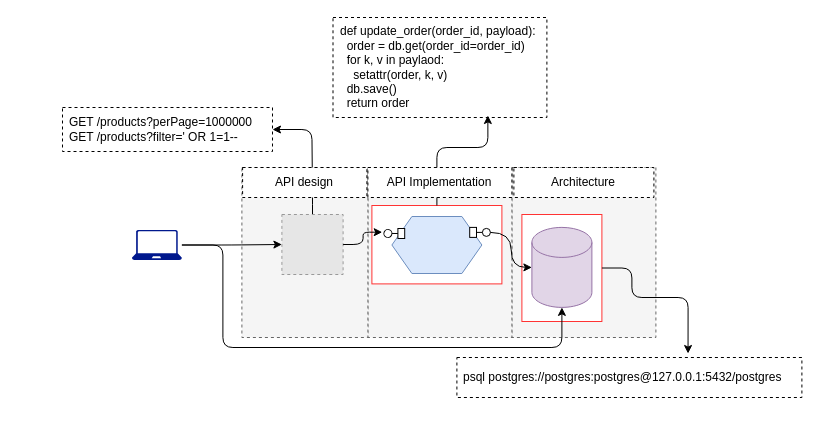
The draw.io diagram page "1.3" (3 of 7) of ch01.drawio in abunuwas/api-sec-book-imgs, before the edit. Source tidied: cells renumbered, new cells numbered last; positions are measured from the earlier drawing's top-left corner, leaving out a move shared by most shapes. Both pictures are drawn from the tidied source at 100%, with x=0, y=0 at pixel (62, 17). Pictures stored in the file or linked from it are replaced by grey dashed boxes.
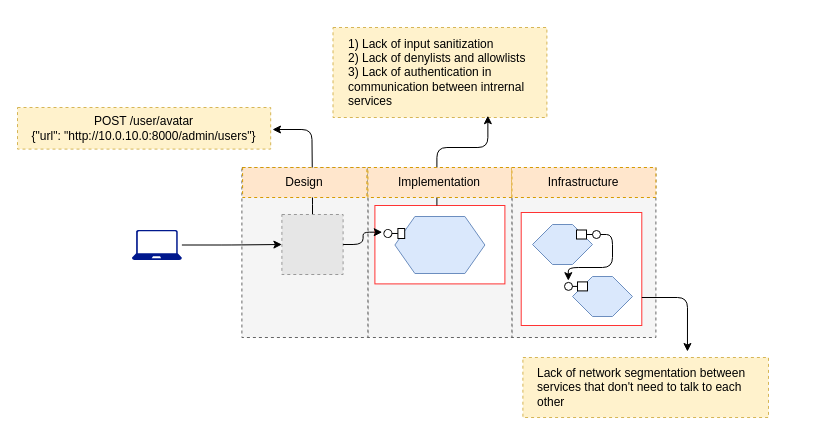
Above is the later version.

The change refers to these unchanged cells:
```xml
<mxCell id="8" style="fillColor=#E6E6E6;strokeColor=#999999;dashed=1;verticalLabelPosition=bottom;verticalAlign=top;" parent="1" vertex="1">
  <mxGeometry x="219.4" y="197" width="61.2" height="60" as="geometry" />
</mxCell>
<mxCell id="12" style="sketch=0;shadow=0;dashed=0;html=1;strokeColor=none;labelPosition=center;verticalLabelPosition=bottom;verticalAlign=top;align=center;fillColor=#00188D;shape=mxgraph.azure.laptop;" parent="1" vertex="1">
  <mxGeometry x="69.4" y="212.5" width="50" height="30" as="geometry" />
</mxCell>
```

What changed in the source:
```diff
@@
     <mxCell id="5" style="rounded=0;whiteSpace=wrap;html=1;fillColor=default;strokeColor=#FF3333;" parent="1" vertex="1">
-      <mxGeometry x="309.4" y="188" width="130" height="78.4" as="geometry" />
+      <mxGeometry x="312.4" y="188" width="130" height="78.4" as="geometry" />
     </mxCell>
     <mxCell id="6" style="rounded=0;whiteSpace=wrap;html=1;fillColor=default;strokeColor=#FF3333;" parent="1" vertex="1">
-      <mxGeometry x="459.4" y="197" width="80" height="107" as="geometry" />
+      <mxGeometry x="458.7" y="195" width="120.6" height="113" as="geometry" />
     </mxCell>
-    <mxCell id="7" style="edgeStyle=orthogonalEdgeStyle;rounded=1;jettySize=auto;html=1;entryX=1;entryY=0.5;entryDx=0;entryDy=0;" parent="1" edge="1" source="8" target="22">
+    <mxCell id="7" style="edgeStyle=orthogonalEdgeStyle;rounded=1;jettySize=auto;html=1;entryX=1;entryY=0.5;entryDx=0;entryDy=0;" parent="1" edge="1" source="8">
       <mxGeometry relative="1" as="geometry">
+        <mxPoint x="210" y="112" as="targetPoint" />
         <Array as="points">
           <mxPoint x="250.4" y="177" />
           <mxPoint x="249.4" y="112" />
         </Array>
       </mxGeometry>
     </mxCell>
@@
-    <mxCell id="9" style="shape=cylinder3;whiteSpace=wrap;html=1;boundedLbl=1;backgroundOutline=1;size=15;fillColor=#e1d5e7;strokeColor=#9673a6;" parent="1" vertex="1">
-      <mxGeometry x="469.4" y="209.9" width="60" height="80" as="geometry" />
-    </mxCell>
     <mxCell id="10" style="shape=hexagon;perimeter=hexagonPerimeter2;whiteSpace=wrap;html=1;fixedSize=1;fillColor=#dae8fc;strokeColor=#6c8ebf;" parent="1" vertex="1">
-      <mxGeometry x="329.4" y="199" width="90" height="57" as="geometry" />
+      <mxGeometry x="332.4" y="199" width="90" height="57" as="geometry" />
     </mxCell>
@@
-    <mxCell id="13" style="html=1;rounded=0;" parent="1" vertex="1">
-      <mxGeometry x="407.2" y="209.9" width="6.8" height="10" as="geometry" />
-    </mxCell>
-    <mxCell id="14" style="endArrow=none;html=1;rounded=0;align=center;verticalAlign=top;endFill=0;labelBackgroundColor=none;endSize=2;" parent="1" edge="1" source="13" target="15">
-      <mxGeometry relative="1" as="geometry" />
-    </mxCell>
-    <mxCell id="15" style="ellipse;html=1;fontSize=11;align=center;fillColor=none;points=[];verticalAlign=bottom;labelPosition=center;verticalLabelPosition=top;flipH=1;" parent="1" vertex="1">
-      <mxGeometry x="419.9" y="210.9" width="8" height="8" as="geometry" />
-    </mxCell>
-    <mxCell id="16" style="edgeStyle=orthogonalEdgeStyle;jettySize=auto;html=1;entryX=0;entryY=0.5;entryDx=0;entryDy=0;entryPerimeter=0;curved=1;" parent="1" edge="1" source="15" target="9">
-      <mxGeometry relative="1" as="geometry" />
-    </mxCell>
@@
-    <mxCell id="21" style="edgeStyle=orthogonalEdgeStyle;rounded=1;jettySize=auto;html=1;entryX=0.5;entryY=1;entryDx=0;entryDy=0;entryPerimeter=0;" parent="1" edge="1" source="12" target="9">
-      <mxGeometry relative="1" as="geometry">
-        <Array as="points">
-          <mxPoint x="160.4" y="228" />
-          <mxPoint x="160.4" y="330" />
-          <mxPoint x="499.4" y="330" />
-        </Array>
-      </mxGeometry>
-    </mxCell>
-    <mxCell id="22" value="&lt;div&gt;GET /products?perPage=1000000&lt;/div&gt;&lt;div&gt;GET /products?filter=' OR 1=1--&lt;/div&gt;" style="text;html=1;align=left;verticalAlign=middle;whiteSpace=wrap;rounded=0;fillColor=default;strokeColor=default;dashed=1;spacingLeft=5;" parent="1" vertex="1">
-      <mxGeometry y="90" width="210" height="44" as="geometry" />
-    </mxCell>
-    <mxCell id="23" value="&lt;div&gt;def update_order(order_id, payload):&lt;/div&gt;&lt;div&gt;&amp;nbsp; order = db.get(order_id=order_id)&lt;/div&gt;&lt;div&gt;&amp;nbsp; for k, v in paylaod:&lt;/div&gt;&lt;div&gt;&amp;nbsp; &amp;nbsp; setattr(order, k, v)&lt;/div&gt;&lt;div&gt;&amp;nbsp; db.save()&lt;/div&gt;&lt;div&gt;&amp;nbsp; return order&lt;/div&gt;" style="text;html=1;align=left;verticalAlign=middle;whiteSpace=wrap;rounded=0;fillColor=default;strokeColor=default;dashed=1;spacingLeft=5;" parent="1" vertex="1">
-      <mxGeometry x="270.5" width="213.9" height="100" as="geometry" />
+    <mxCell id="23" value="1) Lack of input sanitization&lt;div&gt;2) Lack of denylists and allowlists&lt;/div&gt;&lt;div&gt;3) Lack of authentication in communication between intrernal services&lt;/div&gt;" style="text;html=1;align=left;verticalAlign=middle;whiteSpace=wrap;rounded=0;fillColor=#fff2cc;strokeColor=#d6b656;dashed=1;spacingLeft=5;spacing=10;" parent="1" vertex="1">
+      <mxGeometry x="270.5" y="10" width="213.9" height="90" as="geometry" />
     </mxCell>
-    <mxCell id="24" value="&lt;div&gt;psql postgres://postgres:postgres@127.0.0.1:5432/postgres&lt;/div&gt;" style="text;html=1;align=left;verticalAlign=middle;whiteSpace=wrap;rounded=0;fillColor=default;strokeColor=default;dashed=1;spacingLeft=5;" parent="1" vertex="1">
-      <mxGeometry x="394.4" y="340" width="345" height="40" as="geometry" />
+    <mxCell id="24" value="Lack of network segmentation between services that don't need to talk to each other" style="text;html=1;align=left;verticalAlign=middle;whiteSpace=wrap;rounded=0;fillColor=#fff2cc;strokeColor=#d6b656;dashed=1;spacingLeft=5;spacing=10;" parent="1" vertex="1">
+      <mxGeometry x="460.4" y="340" width="245.6" height="60" as="geometry" />
     </mxCell>
@@
-    <mxCell id="27" value="API design" style="text;html=1;align=center;verticalAlign=middle;whiteSpace=wrap;rounded=0;fillColor=default;strokeColor=default;dashed=1;" parent="1" vertex="1">
+    <mxCell id="27" value="Design" style="text;html=1;align=center;verticalAlign=middle;whiteSpace=wrap;rounded=0;fillColor=#ffe6cc;strokeColor=#d79b00;dashed=1;" parent="1" vertex="1">
       <mxGeometry x="180.1" y="150" width="124.3" height="30" as="geometry" />
     </mxCell>
-    <mxCell id="28" value="API Implementation" style="text;html=1;align=center;verticalAlign=middle;whiteSpace=wrap;rounded=0;fillColor=default;strokeColor=default;dashed=1;" parent="1" vertex="1">
+    <mxCell id="28" value="Implementation" style="text;html=1;align=center;verticalAlign=middle;whiteSpace=wrap;rounded=0;fillColor=#ffe6cc;strokeColor=#d79b00;dashed=1;" parent="1" vertex="1">
       <mxGeometry x="305.4" y="150" width="144" height="30" as="geometry" />
     </mxCell>
-    <mxCell id="29" value="Architecture" style="text;html=1;align=center;verticalAlign=middle;whiteSpace=wrap;rounded=0;fillColor=default;strokeColor=default;dashed=1;" parent="1" vertex="1">
-      <mxGeometry x="451.4" y="150" width="140" height="30" as="geometry" />
-    </mxCell>
+    <mxCell id="30" value="POST /user/avatar&lt;div&gt;{&quot;url&quot;: &quot;http://10.0.10.0:8000/admin/users&quot;}&lt;/div&gt;" style="text;html=1;strokeColor=#d6b656;fillColor=#fff2cc;align=center;verticalAlign=middle;whiteSpace=wrap;rounded=0;dashed=1;" parent="1" vertex="1">
+      <mxGeometry x="-45" y="90" width="253.2" height="41.6" as="geometry" />
+    </mxCell>
+    <mxCell id="31" style="shape=hexagon;perimeter=hexagonPerimeter2;whiteSpace=wrap;html=1;fixedSize=1;fillColor=#dae8fc;strokeColor=#6c8ebf;" parent="1" vertex="1">
+      <mxGeometry x="470" y="207" width="60" height="40" as="geometry" />
+    </mxCell>
+    <mxCell id="32" style="shape=hexagon;perimeter=hexagonPerimeter2;whiteSpace=wrap;html=1;fixedSize=1;fillColor=#dae8fc;strokeColor=#6c8ebf;" parent="1" vertex="1">
+      <mxGeometry x="510" y="259" width="60" height="40" as="geometry" />
+    </mxCell>
+    <mxCell id="33" style="html=1;rounded=0;" parent="1" vertex="1">
+      <mxGeometry x="514" y="212.5" width="10" height="9" as="geometry" />
+    </mxCell>
+    <mxCell id="34" style="endArrow=none;html=1;rounded=0;align=center;verticalAlign=top;endFill=0;labelBackgroundColor=none;endSize=2;" parent="1" edge="1" source="33" target="35">
+      <mxGeometry relative="1" as="geometry" />
+    </mxCell>
+    <mxCell id="35" style="ellipse;html=1;fontSize=11;align=center;fillColor=none;points=[];verticalAlign=bottom;labelPosition=center;verticalLabelPosition=top;flipH=1;" parent="1" vertex="1">
+      <mxGeometry x="530" y="213" width="8" height="8" as="geometry" />
+    </mxCell>
+    <mxCell id="36" style="html=1;rounded=0;" parent="1" vertex="1">
+      <mxGeometry x="515" y="264.4" width="10" height="9" as="geometry" />
+    </mxCell>
+    <mxCell id="37" style="endArrow=none;html=1;rounded=0;align=center;verticalAlign=top;endFill=0;labelBackgroundColor=none;endSize=2;" parent="1" edge="1" source="36" target="38">
+      <mxGeometry relative="1" as="geometry" />
+    </mxCell>
+    <mxCell id="38" style="ellipse;html=1;fontSize=11;align=center;fillColor=none;points=[];verticalAlign=bottom;labelPosition=center;verticalLabelPosition=top;flipH=1;" parent="1" vertex="1">
+      <mxGeometry x="502" y="264.9" width="8" height="8" as="geometry" />
+    </mxCell>
+    <mxCell id="39" style="edgeStyle=orthogonalEdgeStyle;rounded=1;jettySize=auto;html=1;entryX=0.525;entryY=-0.215;entryDx=0;entryDy=0;entryPerimeter=0;curved=0;" parent="1" edge="1" source="35" target="38">
+      <mxGeometry relative="1" as="geometry">
+        <Array as="points">
+          <mxPoint x="550" y="217" />
+          <mxPoint x="550" y="250" />
+          <mxPoint x="506" y="250" />
+        </Array>
+      </mxGeometry>
+    </mxCell>
+    <mxCell id="40" value="Infrastructure" style="text;html=1;align=center;verticalAlign=middle;whiteSpace=wrap;rounded=0;fillColor=#ffe6cc;strokeColor=#d79b00;dashed=1;" parent="1" vertex="1">
+      <mxGeometry x="449.4" y="150" width="144" height="30" as="geometry" />
+    </mxCell>
```
